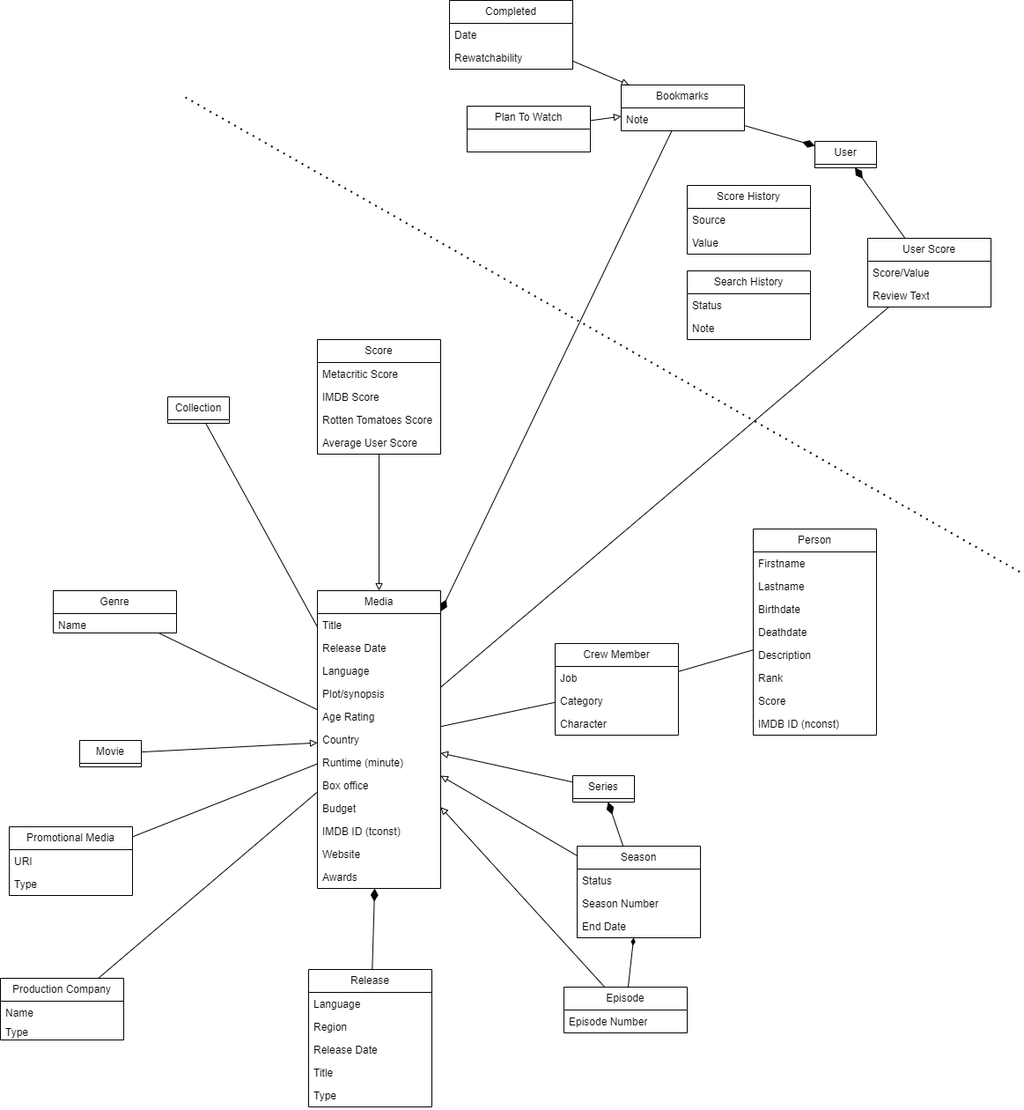
Earlier version of the draw.io export domain_model.drawio.png (RUC-MSc-CS-CIT-2024/portfolio_subproject_1). Source tidied: cells renumbered, new cells last; positions are measured from the earlier drawing's top-left corner, leaving out a move shared by most shapes.
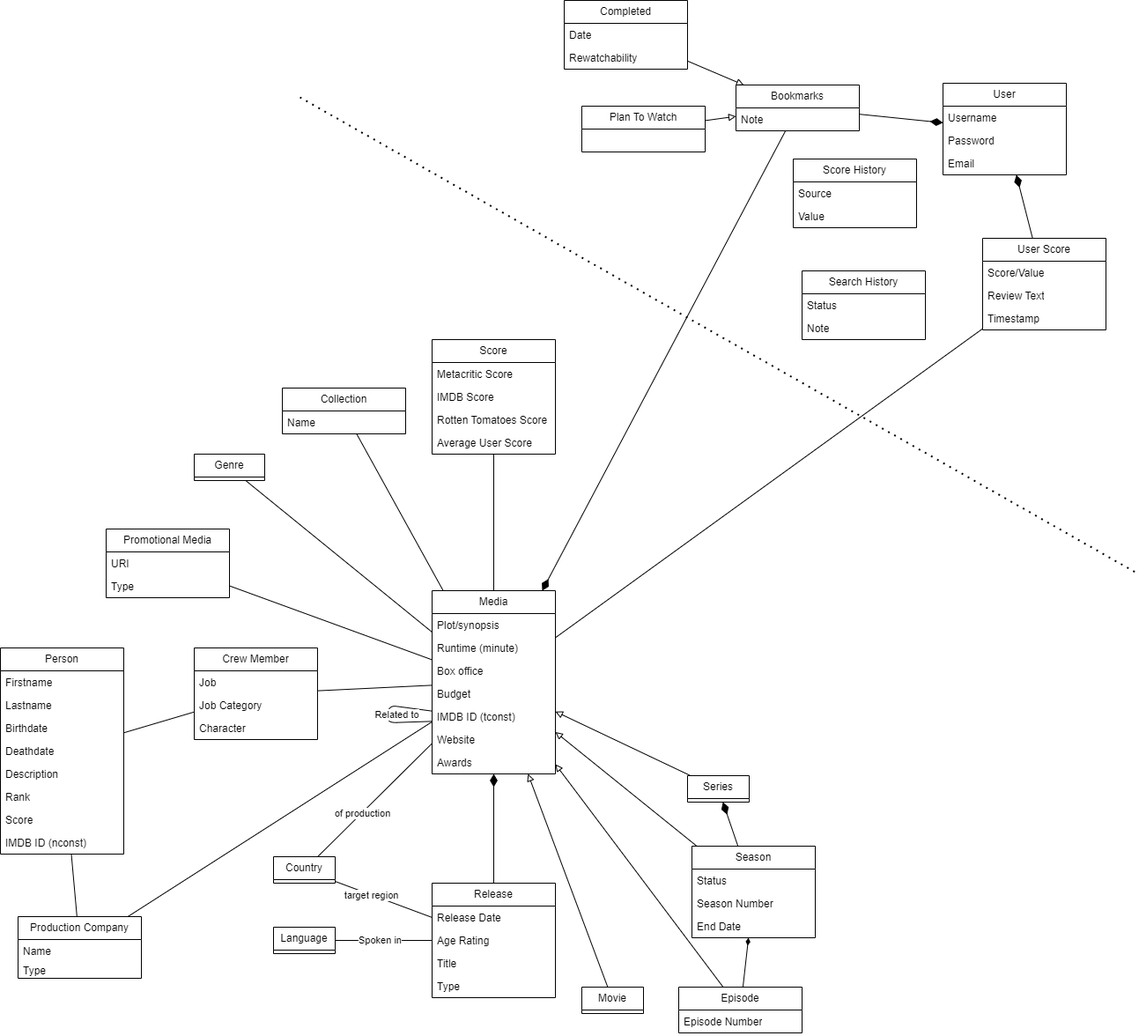
The same diagram one commit later.

Commit message:
docs: move country and language to own entity

Change to the diagram source:
```diff
@@ -13,40 +13,31 @@
     </mxCell>
+    <mxCell id="93" style="edgeStyle=none;html=1;startArrow=none;startFill=0;endArrow=none;endFill=0;startSize=6;endSize=12;" parent="1" edge="1" source="5" target="11">
+      <mxGeometry relative="1" as="geometry" />
+    </mxCell>
+    <mxCell id="94" value="of production" style="edgeLabel;html=1;align=center;verticalAlign=middle;" parent="93" vertex="1">
+      <mxGeometry x="0.22" relative="1" as="geometry" />
+    </mxCell>
     <mxCell id="5" value="Media" style="swimlane;fontStyle=0;horizontal=1;startSize=26;fillColor=none;whiteSpace=wrap;html=1;" parent="1" vertex="1">
-      <mxGeometry x="360" y="670" width="140" height="338" as="geometry" />
+      <mxGeometry x="360" y="670" width="140" height="208" as="geometry" />
     </mxCell>
-    <mxCell id="6" value="Title" style="text;strokeColor=none;fillColor=none;align=left;verticalAlign=top;spacingLeft=4;spacingRight=4;overflow=hidden;whiteSpace=wrap;html=1;" parent="5" vertex="1">
-      <mxGeometry y="26" width="140" height="26" as="geometry" />
-    </mxCell>
-    <mxCell id="7" value="Release Date" style="text;strokeColor=none;fillColor=none;align=left;verticalAlign=top;spacingLeft=4;spacingRight=4;overflow=hidden;whiteSpace=wrap;html=1;" parent="5" vertex="1">
-      <mxGeometry y="52" width="140" height="26" as="geometry" />
-    </mxCell>
-    <mxCell id="8" value="Language" style="text;strokeColor=none;fillColor=none;align=left;verticalAlign=top;spacingLeft=4;spacingRight=4;overflow=hidden;whiteSpace=wrap;html=1;" parent="5" vertex="1">
-      <mxGeometry y="78" width="140" height="26" as="geometry" />
-    </mxCell>
     <mxCell id="9" value="Plot/synopsis" style="text;strokeColor=none;fillColor=none;align=left;verticalAlign=top;spacingLeft=4;spacingRight=4;overflow=hidden;whiteSpace=wrap;html=1;" parent="5" vertex="1">
-      <mxGeometry y="104" width="140" height="26" as="geometry" />
+      <mxGeometry y="26" width="140" height="26" as="geometry" />
     </mxCell>
-    <mxCell id="10" value="Age Rating" style="text;strokeColor=none;fillColor=none;align=left;verticalAlign=top;spacingLeft=4;spacingRight=4;overflow=hidden;whiteSpace=wrap;html=1;" parent="5" vertex="1">
-      <mxGeometry y="130" width="140" height="26" as="geometry" />
-    </mxCell>
-    <mxCell id="11" value="Country" style="text;strokeColor=none;fillColor=none;align=left;verticalAlign=top;spacingLeft=4;spacingRight=4;overflow=hidden;points=[[0,0.5],[1,0.5]];portConstraint=eastwest;whiteSpace=wrap;html=1;" parent="5" vertex="1">
-      <mxGeometry y="156" width="140" height="26" as="geometry" />
-    </mxCell>
     <mxCell id="12" value="Runtime (minute)" style="text;strokeColor=none;fillColor=none;align=left;verticalAlign=top;spacingLeft=4;spacingRight=4;overflow=hidden;whiteSpace=wrap;html=1;" parent="5" vertex="1">
-      <mxGeometry y="182" width="140" height="26" as="geometry" />
+      <mxGeometry y="52" width="140" height="26" as="geometry" />
     </mxCell>
     <mxCell id="13" value="Box office" style="text;strokeColor=none;fillColor=none;align=left;verticalAlign=top;spacingLeft=4;spacingRight=4;overflow=hidden;whiteSpace=wrap;html=1;" parent="5" vertex="1">
-      <mxGeometry y="208" width="140" height="26" as="geometry" />
+      <mxGeometry y="78" width="140" height="26" as="geometry" />
     </mxCell>
     <mxCell id="14" value="Budget" style="text;strokeColor=none;fillColor=none;align=left;verticalAlign=top;spacingLeft=4;spacingRight=4;overflow=hidden;whiteSpace=wrap;html=1;" parent="5" vertex="1">
-      <mxGeometry y="234" width="140" height="26" as="geometry" />
+      <mxGeometry y="104" width="140" height="26" as="geometry" />
     </mxCell>
     <mxCell id="15" value="IMDB ID (tconst)" style="text;strokeColor=none;fillColor=none;align=left;verticalAlign=top;spacingLeft=4;spacingRight=4;overflow=hidden;whiteSpace=wrap;html=1;" parent="5" vertex="1">
-      <mxGeometry y="260" width="140" height="26" as="geometry" />
+      <mxGeometry y="130" width="140" height="26" as="geometry" />
     </mxCell>
     <mxCell id="16" value="Website" style="text;strokeColor=none;fillColor=none;align=left;verticalAlign=top;spacingLeft=4;spacingRight=4;overflow=hidden;whiteSpace=wrap;html=1;" parent="5" vertex="1">
-      <mxGeometry y="286" width="140" height="26" as="geometry" />
+      <mxGeometry y="156" width="140" height="26" as="geometry" />
     </mxCell>
     <mxCell id="17" value="Awards" style="text;strokeColor=none;fillColor=none;align=left;verticalAlign=top;spacingLeft=4;spacingRight=4;overflow=hidden;whiteSpace=wrap;html=1;" parent="5" vertex="1">
-      <mxGeometry y="312" width="140" height="26" as="geometry" />
+      <mxGeometry y="182" width="140" height="26" as="geometry" />
     </mxCell>
@@ -56,3 +47,3 @@
     <mxCell id="19" value="Movie" style="swimlane;fontStyle=0;horizontal=1;startSize=26;fillColor=none;whiteSpace=wrap;html=1;" parent="1" vertex="1" collapsed="1">
-      <mxGeometry x="90" y="840" width="70" height="30" as="geometry" />
+      <mxGeometry x="530" y="1120" width="70" height="30" as="geometry" />
     </mxCell>
@@ -97,8 +88,5 @@
     </mxCell>
-    <mxCell id="33" value="Genre" style="swimlane;fontStyle=0;horizontal=1;startSize=26;fillColor=none;whiteSpace=wrap;html=1;" parent="1" vertex="1">
-      <mxGeometry x="60" y="670" width="140" height="48" as="geometry" />
+    <mxCell id="33" value="Genre" style="swimlane;fontStyle=0;horizontal=1;startSize=26;fillColor=none;whiteSpace=wrap;html=1;" parent="1" vertex="1" collapsed="1">
+      <mxGeometry x="90" y="515" width="80" height="30" as="geometry" />
     </mxCell>
-    <mxCell id="34" value="Name" style="text;strokeColor=none;fillColor=none;align=left;verticalAlign=top;spacingLeft=4;spacingRight=4;overflow=hidden;whiteSpace=wrap;html=1;" parent="33" vertex="1">
-      <mxGeometry y="26" width="140" height="22" as="geometry" />
-    </mxCell>
     <mxCell id="35" style="rounded=0;jettySize=auto;html=1;endArrow=diamondThin;endFill=1;endSize=12;" parent="1" edge="1" source="36" target="5">
@@ -106,19 +94,24 @@
     </mxCell>
+    <mxCell id="95" style="edgeStyle=none;html=1;startArrow=none;startFill=0;endArrow=none;endFill=0;startSize=6;endSize=12;" parent="1" edge="1" source="36" target="11">
+      <mxGeometry relative="1" as="geometry" />
+    </mxCell>
+    <mxCell id="96" value="target region" style="edgeLabel;html=1;align=center;verticalAlign=middle;" parent="95" vertex="1">
+      <mxGeometry x="0.39" y="1" relative="1" as="geometry">
+        <mxPoint x="7" y="2" as="offset" />
+      </mxGeometry>
+    </mxCell>
     <mxCell id="36" value="Release" style="swimlane;fontStyle=0;horizontal=1;startSize=26;fillColor=none;whiteSpace=wrap;html=1;" parent="1" vertex="1">
-      <mxGeometry x="350" y="1100" width="140" height="156" as="geometry" />
+      <mxGeometry x="360" y="1002" width="140" height="130" as="geometry" />
     </mxCell>
-    <mxCell id="37" value="Language" style="text;strokeColor=none;fillColor=none;align=left;verticalAlign=top;spacingLeft=4;spacingRight=4;overflow=hidden;whiteSpace=wrap;html=1;" parent="36" vertex="1">
-      <mxGeometry y="26" width="140" height="26" as="geometry" />
-    </mxCell>
-    <mxCell id="38" value="Region" style="text;strokeColor=none;fillColor=none;align=left;verticalAlign=top;spacingLeft=4;spacingRight=4;overflow=hidden;whiteSpace=wrap;html=1;" parent="36" vertex="1">
-      <mxGeometry y="52" width="140" height="26" as="geometry" />
-    </mxCell>
     <mxCell id="39" value="Release Date" style="text;strokeColor=none;fillColor=none;align=left;verticalAlign=top;spacingLeft=4;spacingRight=4;overflow=hidden;whiteSpace=wrap;html=1;" parent="36" vertex="1">
-      <mxGeometry y="78" width="140" height="26" as="geometry" />
+      <mxGeometry y="26" width="140" height="26" as="geometry" />
     </mxCell>
+    <mxCell id="10" value="Age Rating" style="text;strokeColor=none;fillColor=none;align=left;verticalAlign=top;spacingLeft=4;spacingRight=4;overflow=hidden;whiteSpace=wrap;html=1;" parent="36" vertex="1">
+      <mxGeometry y="52" width="140" height="26" as="geometry" />
+    </mxCell>
     <mxCell id="40" value="Title" style="text;strokeColor=none;fillColor=none;align=left;verticalAlign=top;spacingLeft=4;spacingRight=4;overflow=hidden;whiteSpace=wrap;html=1;" parent="36" vertex="1">
-      <mxGeometry y="104" width="140" height="26" as="geometry" />
+      <mxGeometry y="78" width="140" height="26" as="geometry" />
     </mxCell>
     <mxCell id="41" value="Type" style="text;strokeColor=none;fillColor=none;align=left;verticalAlign=top;spacingLeft=4;spacingRight=4;overflow=hidden;whiteSpace=wrap;html=1;" parent="36" vertex="1">
-      <mxGeometry y="130" width="140" height="26" as="geometry" />
+      <mxGeometry y="104" width="140" height="26" as="geometry" />
     </mxCell>
@@ -128,3 +121,3 @@
     <mxCell id="43" value="Production Company" style="swimlane;fontStyle=0;horizontal=1;startSize=26;fillColor=none;whiteSpace=wrap;html=1;" parent="1" vertex="1">
-      <mxGeometry y="1110" width="140" height="70" as="geometry" />
+      <mxGeometry x="-110" y="1040" width="140" height="70" as="geometry" />
     </mxCell>
@@ -136,5 +129,8 @@
     </mxCell>
-    <mxCell id="46" value="Collection" style="swimlane;fontStyle=0;horizontal=1;startSize=26;fillColor=none;whiteSpace=wrap;html=1;" parent="1" vertex="1" collapsed="1">
-      <mxGeometry x="190" y="450" width="70" height="30" as="geometry" />
+    <mxCell id="46" value="Collection" style="swimlane;fontStyle=0;horizontal=1;startSize=26;fillColor=none;whiteSpace=wrap;html=1;" parent="1" vertex="1">
+      <mxGeometry x="190" y="440" width="140" height="52" as="geometry" />
     </mxCell>
+    <mxCell id="34" value="Name" style="text;strokeColor=none;fillColor=none;align=left;verticalAlign=top;spacingLeft=4;spacingRight=4;overflow=hidden;whiteSpace=wrap;html=1;" parent="46" vertex="1">
+      <mxGeometry y="26" width="140" height="26" as="geometry" />
+    </mxCell>
     <mxCell id="47" style="rounded=0;jettySize=auto;html=1;endArrow=none;endFill=0;" parent="1" edge="1" source="48" target="68">
@@ -142,4 +138,7 @@
     </mxCell>
+    <mxCell id="97" style="edgeStyle=none;html=1;startArrow=none;startFill=0;endArrow=none;endFill=0;startSize=6;endSize=12;" parent="1" edge="1" source="48" target="43">
+      <mxGeometry relative="1" as="geometry" />
+    </mxCell>
     <mxCell id="48" value="Person" style="swimlane;fontStyle=0;horizontal=1;startSize=26;fillColor=none;whiteSpace=wrap;html=1;" parent="1" vertex="1">
-      <mxGeometry x="855" y="600" width="140" height="234" as="geometry" />
+      <mxGeometry x="-130" y="735" width="140" height="234" as="geometry" />
     </mxCell>
@@ -169,3 +168,3 @@
     </mxCell>
-    <mxCell id="57" style="rounded=0;jettySize=auto;html=1;endArrow=block;endFill=0;" parent="1" edge="1" source="58" target="5">
+    <mxCell id="57" style="rounded=0;jettySize=auto;html=1;endArrow=none;endFill=0;" parent="1" edge="1" source="58" target="5">
       <mxGeometry relative="1" as="geometry" />
@@ -188,3 +187,3 @@
     <mxCell id="63" value="User Score" style="swimlane;fontStyle=0;horizontal=1;startSize=26;fillColor=none;whiteSpace=wrap;html=1;" parent="1" vertex="1">
-      <mxGeometry x="985" y="270" width="140" height="78" as="geometry" />
+      <mxGeometry x="985" y="270" width="140" height="104" as="geometry" />
     </mxCell>
@@ -196,2 +195,5 @@
     </mxCell>
+    <mxCell id="98" value="Timestamp" style="text;strokeColor=none;fillColor=none;align=left;verticalAlign=top;spacingLeft=4;spacingRight=4;overflow=hidden;whiteSpace=wrap;html=1;" parent="63" vertex="1">
+      <mxGeometry y="78" width="140" height="26" as="geometry" />
+    </mxCell>
     <mxCell id="66" style="rounded=0;jettySize=auto;html=1;endArrow=none;endFill=0;startArrow=diamondThin;startFill=1;startSize=12;" parent="1" edge="1" source="67" target="63">
@@ -199,7 +201,16 @@
     </mxCell>
-    <mxCell id="67" value="User" style="swimlane;fontStyle=0;horizontal=1;startSize=26;fillColor=none;whiteSpace=wrap;html=1;" parent="1" vertex="1" collapsed="1">
-      <mxGeometry x="925" y="160" width="70" height="30" as="geometry" />
+    <mxCell id="67" value="User" style="swimlane;fontStyle=0;horizontal=1;startSize=26;fillColor=none;whiteSpace=wrap;html=1;" parent="1" vertex="1">
+      <mxGeometry x="940" y="94" width="140" height="104" as="geometry" />
     </mxCell>
+    <mxCell id="99" value="Username" style="text;strokeColor=none;fillColor=none;align=left;verticalAlign=top;spacingLeft=4;spacingRight=4;overflow=hidden;whiteSpace=wrap;html=1;" parent="67" vertex="1">
+      <mxGeometry y="26" width="140" height="26" as="geometry" />
+    </mxCell>
+    <mxCell id="100" value="Password" style="text;strokeColor=none;fillColor=none;align=left;verticalAlign=top;spacingLeft=4;spacingRight=4;overflow=hidden;whiteSpace=wrap;html=1;" parent="67" vertex="1">
+      <mxGeometry y="52" width="140" height="26" as="geometry" />
+    </mxCell>
+    <mxCell id="101" value="Email" style="text;strokeColor=none;fillColor=none;align=left;verticalAlign=top;spacingLeft=4;spacingRight=4;overflow=hidden;whiteSpace=wrap;html=1;" parent="67" vertex="1">
+      <mxGeometry y="78" width="140" height="26" as="geometry" />
+    </mxCell>
     <mxCell id="68" value="Crew Member" style="swimlane;fontStyle=0;horizontal=1;startSize=26;fillColor=none;whiteSpace=wrap;html=1;" parent="1" vertex="1">
-      <mxGeometry x="630" y="730" width="140" height="104" as="geometry" />
+      <mxGeometry x="90" y="735" width="140" height="104" as="geometry" />
     </mxCell>
@@ -208,3 +219,3 @@
     </mxCell>
-    <mxCell id="70" value="Category" style="text;strokeColor=none;fillColor=none;align=left;verticalAlign=top;spacingLeft=4;spacingRight=4;overflow=hidden;whiteSpace=wrap;html=1;" parent="68" vertex="1">
+    <mxCell id="70" value="Job Category" style="text;strokeColor=none;fillColor=none;align=left;verticalAlign=top;spacingLeft=4;spacingRight=4;overflow=hidden;whiteSpace=wrap;html=1;" parent="68" vertex="1">
       <mxGeometry y="52" width="140" height="26" as="geometry" />
@@ -254,3 +265,3 @@
     <mxCell id="85" value="Score History" style="swimlane;fontStyle=0;horizontal=1;startSize=26;fillColor=none;whiteSpace=wrap;html=1;" parent="1" vertex="1">
-      <mxGeometry x="780" y="210" width="140" height="78" as="geometry" />
+      <mxGeometry x="770" y="180" width="140" height="78" as="geometry" />
     </mxCell>
@@ -272,3 +283,3 @@
     <mxCell id="90" value="Promotional Media" style="swimlane;fontStyle=0;horizontal=1;startSize=26;fillColor=none;whiteSpace=wrap;html=1;" parent="1" vertex="1">
-      <mxGeometry x="10" y="938" width="140" height="78" as="geometry" />
+      <mxGeometry x="-10" y="600" width="140" height="78" as="geometry" />
     </mxCell>
@@ -280,2 +291,31 @@
     </mxCell>
+    <mxCell id="102" style="edgeStyle=none;html=1;startArrow=none;startFill=0;endArrow=none;endFill=0;startSize=6;endSize=12;" parent="1" edge="1" source="104" target="36">
+      <mxGeometry relative="1" as="geometry" />
+    </mxCell>
+    <mxCell id="103" value="Spoken in" style="edgeLabel;html=1;align=center;verticalAlign=middle;" parent="102" vertex="1">
+      <mxGeometry x="-0.39" y="-2" relative="1" as="geometry">
+        <mxPoint x="17" y="-3" as="offset" />
+      </mxGeometry>
+    </mxCell>
+    <mxCell id="104" value="Language" style="swimlane;fontStyle=0;horizontal=1;startSize=26;fillColor=none;whiteSpace=wrap;html=1;" parent="1" vertex="1" collapsed="1">
+      <mxGeometry x="180" y="1052" width="70" height="30" as="geometry" />
+    </mxCell>
+    <mxCell id="105" style="edgeStyle=none;html=1;startArrow=none;startFill=0;endArrow=none;endFill=0;startSize=6;endSize=12;" parent="1" edge="1">
+      <mxGeometry relative="1" as="geometry">
+        <mxPoint x="360" y="806.7" as="sourcePoint" />
+        <mxPoint x="360" y="818.3" as="targetPoint" />
+        <Array as="points">
+          <mxPoint x="310" y="800" />
+          <mxPoint x="310" y="820" />
+        </Array>
+      </mxGeometry>
+    </mxCell>
+    <mxCell id="106" value="Related to" style="edgeLabel;html=1;align=center;verticalAlign=middle;" parent="105" vertex="1">
+      <mxGeometry x="0.7" y="-2" relative="1" as="geometry">
+        <mxPoint x="-22" y="-10" as="offset" />
+      </mxGeometry>
+    </mxCell>
+    <mxCell id="11" value="Country" style="swimlane;fontStyle=0;horizontal=1;startSize=26;fillColor=none;whiteSpace=wrap;html=1;" parent="1" vertex="1" collapsed="1">
+      <mxGeometry x="180" y="972" width="70" height="30" as="geometry" />
+    </mxCell>
   </root>
```
